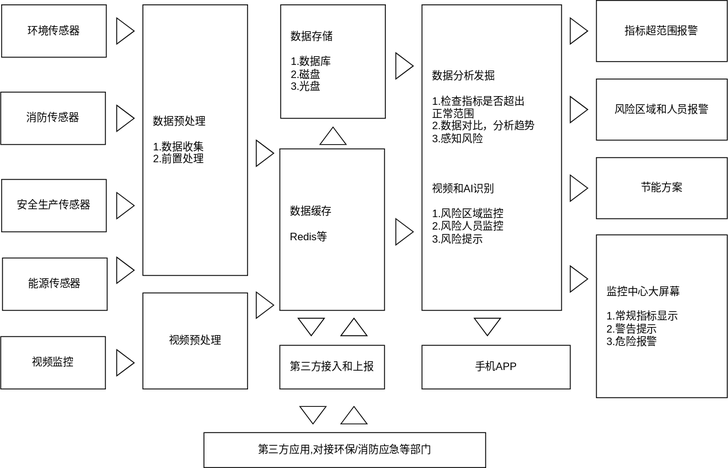
The draw.io diagram b.svg in newproplus/ancheGT, before a commit. Source tidied: cells renumbered, new cells last; positions are measured from the earlier drawing's top-left corner, leaving out a move shared by most shapes.
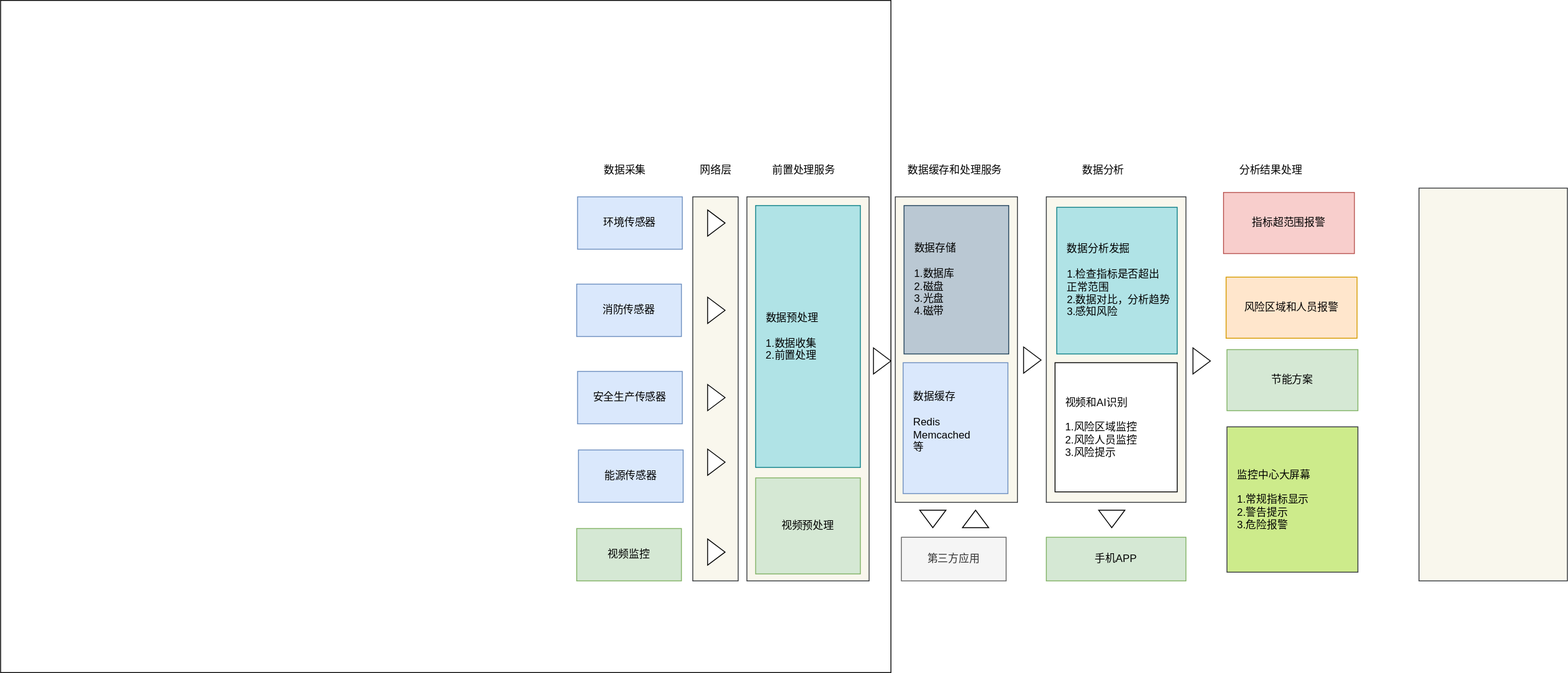
After the change.

Change to the diagram source:
```diff
@@ -2,113 +2,125 @@
   <root>
     <mxCell id="0" />
     <mxCell id="1" parent="0" />
+    <mxCell id="38" style="rounded=0;whiteSpace=wrap;html=1;" parent="1" vertex="1">
+      <mxGeometry x="-702" y="-220" width="1020" height="770" as="geometry" />
+    </mxCell>
+    <mxCell id="39" style="rounded=0;whiteSpace=wrap;html=1;fillColor=#f9f7ed;strokeColor=#36393d;" parent="1" vertex="1">
+      <mxGeometry x="923" y="-5" width="170" height="450" as="geometry" />
+    </mxCell>
+    <mxCell id="40" style="rounded=0;whiteSpace=wrap;html=1;fillColor=#f9f7ed;strokeColor=#36393d;" parent="1" vertex="1">
+      <mxGeometry x="153" y="5" width="140" height="440" as="geometry" />
+    </mxCell>
+    <mxCell id="41" style="rounded=0;whiteSpace=wrap;html=1;fillColor=#f9f7ed;strokeColor=#36393d;" parent="1" vertex="1">
+      <mxGeometry x="91" y="5" width="52" height="440" as="geometry" />
+    </mxCell>
+    <mxCell id="42" style="rounded=0;whiteSpace=wrap;html=1;fillColor=#f9f7ed;strokeColor=#36393d;" parent="1" vertex="1">
+      <mxGeometry x="323" y="5" width="140" height="350" as="geometry" />
+    </mxCell>
-    <mxCell id="2" value="环境传感器" style="rounded=0;whiteSpace=wrap;html=1;" parent="1" vertex="1">
-      <mxGeometry x="1" y="5" width="120" height="60" as="geometry" />
+    <mxCell id="2" value="环境传感器" style="rounded=0;whiteSpace=wrap;html=1;fillColor=#dae8fc;strokeColor=#6c8ebf;" parent="1" vertex="1">
+      <mxGeometry x="-41" y="5" width="120" height="60" as="geometry" />
     </mxCell>
-    <mxCell id="3" value="消防传感器" style="rounded=0;whiteSpace=wrap;html=1;" parent="1" vertex="1">
-      <mxGeometry y="105" width="120" height="60" as="geometry" />
+    <mxCell id="3" value="消防传感器" style="rounded=0;whiteSpace=wrap;html=1;fillColor=#dae8fc;strokeColor=#6c8ebf;" parent="1" vertex="1">
+      <mxGeometry x="-42" y="105" width="120" height="60" as="geometry" />
     </mxCell>
-    <mxCell id="4" value="安全生产传感器" style="rounded=0;whiteSpace=wrap;html=1;" parent="1" vertex="1">
-      <mxGeometry x="1" y="205" width="120" height="60" as="geometry" />
+    <mxCell id="4" value="安全生产传感器" style="rounded=0;whiteSpace=wrap;html=1;fillColor=#dae8fc;strokeColor=#6c8ebf;" parent="1" vertex="1">
+      <mxGeometry x="-41" y="205" width="120" height="60" as="geometry" />
     </mxCell>
-    <mxCell id="5" value="能源传感器" style="rounded=0;whiteSpace=wrap;html=1;" parent="1" vertex="1">
-      <mxGeometry x="2" y="295" width="120" height="60" as="geometry" />
+    <mxCell id="5" value="能源传感器" style="rounded=0;whiteSpace=wrap;html=1;fillColor=#dae8fc;strokeColor=#6c8ebf;" parent="1" vertex="1">
+      <mxGeometry x="-40" y="295" width="120" height="60" as="geometry" />
     </mxCell>
-    <mxCell id="6" value="视频监控" style="rounded=0;whiteSpace=wrap;html=1;" parent="1" vertex="1">
-      <mxGeometry y="385" width="120" height="60" as="geometry" />
+    <mxCell id="6" value="视频监控" style="rounded=0;whiteSpace=wrap;html=1;fillColor=#d5e8d4;strokeColor=#82b366;" parent="1" vertex="1">
+      <mxGeometry x="-42" y="385" width="120" height="60" as="geometry" />
     </mxCell>
-    <mxCell id="7" value="&lt;div&gt;数据预处理&lt;br&gt;&lt;/div&gt;&lt;div&gt;&lt;br&gt;&lt;/div&gt;&lt;div&gt;1.数据收集&lt;/div&gt;&lt;div&gt;2.前置处理&lt;br&gt;&lt;/div&gt;" style="rounded=0;whiteSpace=wrap;html=1;align=left;spacingLeft=10;" parent="1" vertex="1">
-      <mxGeometry x="163" y="5" width="120" height="310" as="geometry" />
+    <mxCell id="7" value="&lt;div&gt;数据预处理&lt;br&gt;&lt;/div&gt;&lt;div&gt;&lt;br&gt;&lt;/div&gt;&lt;div&gt;1.数据收集&lt;/div&gt;&lt;div&gt;2.前置处理&lt;br&gt;&lt;/div&gt;" style="rounded=0;whiteSpace=wrap;html=1;align=left;spacingLeft=10;fillColor=#b0e3e6;strokeColor=#0e8088;" parent="1" vertex="1">
+      <mxGeometry x="163" y="15" width="120" height="300" as="geometry" />
     </mxCell>
-    <mxCell id="8" value="视频预处理" style="rounded=0;whiteSpace=wrap;html=1;" parent="1" vertex="1">
-      <mxGeometry x="163" y="335" width="120" height="110" as="geometry" />
+    <mxCell id="8" value="视频预处理" style="rounded=0;whiteSpace=wrap;html=1;fillColor=#d5e8d4;strokeColor=#82b366;" parent="1" vertex="1">
+      <mxGeometry x="163" y="327" width="120" height="110" as="geometry" />
     </mxCell>
-    <mxCell id="9" value="&lt;div&gt;数据存储&lt;/div&gt;&lt;div&gt;&lt;br&gt;&lt;/div&gt;&lt;div&gt;1.数据库&lt;/div&gt;&lt;div&gt;2.磁盘&lt;/div&gt;&lt;div&gt;3.光盘&lt;br&gt;&lt;/div&gt;" style="rounded=0;whiteSpace=wrap;html=1;align=left;spacingLeft=10;" parent="1" vertex="1">
-      <mxGeometry x="321" y="5" width="120" height="130" as="geometry" />
+    <mxCell id="9" value="&lt;div&gt;数据存储&lt;/div&gt;&lt;div&gt;&lt;br&gt;&lt;/div&gt;&lt;div&gt;1.数据库&lt;/div&gt;&lt;div&gt;2.磁盘&lt;/div&gt;&lt;div&gt;3.光盘&lt;/div&gt;&lt;div&gt;4.磁带&lt;br&gt;&lt;/div&gt;" style="rounded=0;whiteSpace=wrap;html=1;align=left;spacingLeft=10;fillColor=#bac8d3;strokeColor=#23445d;" parent="1" vertex="1">
+      <mxGeometry x="333" y="15" width="120" height="170" as="geometry" />
     </mxCell>
-    <mxCell id="10" value="&lt;div&gt;数据分析发掘&lt;/div&gt;&lt;div&gt;&lt;br&gt;&lt;/div&gt;&lt;div&gt;1.检查指标是否超出&lt;/div&gt;&lt;div&gt;正常范围&lt;/div&gt;&lt;div&gt;2.数据对比，分析趋势&lt;/div&gt;&lt;div&gt;3.感知风险&lt;/div&gt;&lt;div&gt;&lt;br&gt;&lt;/div&gt;&lt;div&gt;&lt;br&gt;&lt;/div&gt;&lt;div&gt;&lt;br&gt;&lt;/div&gt;&lt;div&gt;视频和AI识别&lt;/div&gt;&lt;div&gt;&lt;br&gt;&lt;/div&gt;&lt;div&gt;1.风险区域监控&lt;/div&gt;&lt;div&gt;2.风险人员监控&lt;/div&gt;&lt;div&gt;3.风险提示&lt;br&gt;&lt;/div&gt;" style="rounded=0;whiteSpace=wrap;html=1;align=left;spacingLeft=10;" parent="1" vertex="1">
-      <mxGeometry x="483" y="5" width="160" height="350" as="geometry" />
+    <mxCell id="10" style="rounded=0;whiteSpace=wrap;html=1;align=left;spacingLeft=10;fillColor=#f9f7ed;strokeColor=#36393d;" parent="1" vertex="1">
+      <mxGeometry x="496" y="5" width="160" height="350" as="geometry" />
     </mxCell>
-    <mxCell id="11" value="&lt;div&gt;数据缓存&lt;/div&gt;&lt;div&gt;&lt;br&gt;&lt;/div&gt;&lt;div&gt;Redis等&lt;/div&gt;&lt;div&gt;&lt;br&gt;&lt;/div&gt;" style="rounded=0;whiteSpace=wrap;html=1;align=left;spacingLeft=10;" parent="1" vertex="1">
-      <mxGeometry x="320" y="170" width="120" height="185" as="geometry" />
+    <mxCell id="11" value="&lt;div&gt;数据缓存&lt;/div&gt;&lt;div&gt;&lt;br&gt;&lt;/div&gt;&lt;div&gt;Redis&lt;/div&gt;&lt;div&gt;Memcached&lt;/div&gt;&lt;div&gt;等&lt;/div&gt;&lt;div&gt;&lt;br&gt;&lt;/div&gt;" style="rounded=0;whiteSpace=wrap;html=1;align=left;spacingLeft=10;fillColor=#dae8fc;strokeColor=#6c8ebf;" parent="1" vertex="1">
+      <mxGeometry x="332" y="195" width="120" height="150" as="geometry" />
     </mxCell>
-    <mxCell id="12" value="指标超范围报警" style="rounded=0;whiteSpace=wrap;html=1;" parent="1" vertex="1">
-      <mxGeometry x="683" width="150" height="70" as="geometry" />
+    <mxCell id="12" value="指标超范围报警" style="rounded=0;whiteSpace=wrap;html=1;fillColor=#f8cecc;strokeColor=#b85450;" parent="1" vertex="1">
+      <mxGeometry x="699" width="150" height="70" as="geometry" />
     </mxCell>
-    <mxCell id="13" value="第三方接入和上报" style="rounded=0;whiteSpace=wrap;html=1;" parent="1" vertex="1">
-      <mxGeometry x="320" y="395" width="120" height="50" as="geometry" />
+    <mxCell id="13" value="第三方应用" style="rounded=0;whiteSpace=wrap;html=1;fillColor=#f5f5f5;fontColor=#333333;strokeColor=#666666;" parent="1" vertex="1">
+      <mxGeometry x="330" y="395" width="120" height="50" as="geometry" />
     </mxCell>
     <mxCell id="14" style="triangle;whiteSpace=wrap;html=1;" parent="1" vertex="1">
-      <mxGeometry x="133" y="20" width="20" height="30" as="geometry" />
+      <mxGeometry x="108" y="20" width="20" height="30" as="geometry" />
     </mxCell>
     <mxCell id="15" style="triangle;whiteSpace=wrap;html=1;" parent="1" vertex="1">
-      <mxGeometry x="133" y="120" width="20" height="30" as="geometry" />
+      <mxGeometry x="108" y="120" width="20" height="30" as="geometry" />
     </mxCell>
     <mxCell id="16" style="triangle;whiteSpace=wrap;html=1;" parent="1" vertex="1">
-      <mxGeometry x="133" y="220" width="20" height="30" as="geometry" />
+      <mxGeometry x="108" y="220" width="20" height="30" as="geometry" />
     </mxCell>
     <mxCell id="17" style="triangle;whiteSpace=wrap;html=1;" parent="1" vertex="1">
-      <mxGeometry x="133" y="294" width="20" height="30" as="geometry" />
+      <mxGeometry x="108" y="294" width="20" height="30" as="geometry" />
     </mxCell>
     <mxCell id="18" style="triangle;whiteSpace=wrap;html=1;" parent="1" vertex="1">
-      <mxGeometry x="133" y="400" width="20" height="30" as="geometry" />
+      <mxGeometry x="108" y="397" width="20" height="30" as="geometry" />
     </mxCell>
     <mxCell id="19" style="triangle;whiteSpace=wrap;html=1;" parent="1" vertex="1">
-      <mxGeometry x="293" y="160" width="20" height="30" as="geometry" />
+      <mxGeometry x="298" y="178" width="20" height="30" as="geometry" />
     </mxCell>
-    <mxCell id="20" style="triangle;whiteSpace=wrap;html=1;" parent="1" vertex="1">
-      <mxGeometry x="453" y="250" width="20" height="30" as="geometry" />
-    </mxCell>
     <mxCell id="21" style="triangle;whiteSpace=wrap;html=1;direction=east;" parent="1" vertex="1">
-      <mxGeometry x="453" y="60" width="20" height="30" as="geometry" />
+      <mxGeometry x="470" y="177" width="20" height="30" as="geometry" />
     </mxCell>
     <mxCell id="22" style="triangle;whiteSpace=wrap;html=1;direction=south;" parent="1" vertex="1">
-      <mxGeometry x="341" y="364" width="30" height="20" as="geometry" />
+      <mxGeometry x="351" y="364" width="30" height="20" as="geometry" />
     </mxCell>
     <mxCell id="23" style="triangle;whiteSpace=wrap;html=1;direction=north;" parent="1" vertex="1">
-      <mxGeometry x="390" y="364" width="30" height="20" as="geometry" />
+      <mxGeometry x="400" y="364" width="30" height="20" as="geometry" />
     </mxCell>
-    <mxCell id="24" style="triangle;whiteSpace=wrap;html=1;direction=north;" parent="1" vertex="1">
-      <mxGeometry x="366" y="145" width="30" height="20" as="geometry" />
-    </mxCell>
-    <mxCell id="25" style="triangle;whiteSpace=wrap;html=1;direction=north;" parent="1" vertex="1">
-      <mxGeometry x="390" y="465" width="30" height="20" as="geometry" />
-    </mxCell>
-    <mxCell id="26" style="triangle;whiteSpace=wrap;html=1;direction=south;" parent="1" vertex="1">
-      <mxGeometry x="343" y="465" width="30" height="20" as="geometry" />
-    </mxCell>
-    <mxCell id="27" value="第三方应用,对接环保/消防应急等部门" style="rounded=0;whiteSpace=wrap;html=1;" parent="1" vertex="1">
-      <mxGeometry x="233" y="495" width="323" height="40" as="geometry" />
-    </mxCell>
-    <mxCell id="28" style="triangle;whiteSpace=wrap;html=1;" parent="1" vertex="1">
-      <mxGeometry x="293" y="334" width="20" height="30" as="geometry" />
-    </mxCell>
-    <mxCell id="29" style="triangle;whiteSpace=wrap;html=1;direction=east;" parent="1" vertex="1">
-      <mxGeometry x="653" y="20" width="20" height="30" as="geometry" />
-    </mxCell>
-    <mxCell id="30" value="风险区域和人员报警" style="rounded=0;whiteSpace=wrap;html=1;" parent="1" vertex="1">
-      <mxGeometry x="683" y="90" width="150" height="70" as="geometry" />
+    <mxCell id="30" value="风险区域和人员报警" style="rounded=0;whiteSpace=wrap;html=1;fillColor=#ffe6cc;strokeColor=#d79b00;" parent="1" vertex="1">
+      <mxGeometry x="702" y="97" width="150" height="70" as="geometry" />
     </mxCell>
-    <mxCell id="31" style="triangle;whiteSpace=wrap;html=1;direction=east;" parent="1" vertex="1">
-      <mxGeometry x="653" y="110" width="20" height="30" as="geometry" />
-    </mxCell>
-    <mxCell id="32" value="节能方案" style="rounded=0;whiteSpace=wrap;html=1;" parent="1" vertex="1">
-      <mxGeometry x="683" y="180" width="150" height="70" as="geometry" />
+    <mxCell id="32" value="节能方案" style="rounded=0;whiteSpace=wrap;html=1;fillColor=#d5e8d4;strokeColor=#82b366;" parent="1" vertex="1">
+      <mxGeometry x="703" y="180" width="150" height="70" as="geometry" />
     </mxCell>
     <mxCell id="33" style="triangle;whiteSpace=wrap;html=1;direction=east;" parent="1" vertex="1">
-      <mxGeometry x="653" y="200" width="20" height="30" as="geometry" />
+      <mxGeometry x="664" y="178" width="20" height="30" as="geometry" />
     </mxCell>
-    <mxCell id="34" style="triangle;whiteSpace=wrap;html=1;direction=east;" parent="1" vertex="1">
-      <mxGeometry x="653" y="304" width="20" height="30" as="geometry" />
-    </mxCell>
-    <mxCell id="35" value="&lt;div&gt;监控中心大屏幕&lt;/div&gt;&lt;div&gt;&lt;br&gt;&lt;/div&gt;&lt;div&gt;1.常规指标显示&lt;/div&gt;&lt;div&gt;2.警告提示&lt;/div&gt;&lt;div&gt;3.危险报警&lt;br&gt;&lt;/div&gt;" style="rounded=0;whiteSpace=wrap;html=1;align=left;spacingLeft=10;" parent="1" vertex="1">
-      <mxGeometry x="683" y="268.5" width="150" height="186.5" as="geometry" />
+    <mxCell id="35" value="&lt;div&gt;监控中心大屏幕&lt;/div&gt;&lt;div&gt;&lt;br&gt;&lt;/div&gt;&lt;div&gt;1.常规指标显示&lt;/div&gt;&lt;div&gt;2.警告提示&lt;/div&gt;&lt;div&gt;3.危险报警&lt;br&gt;&lt;/div&gt;" style="rounded=0;whiteSpace=wrap;html=1;align=left;spacingLeft=10;fillColor=#cdeb8b;strokeColor=#36393d;" parent="1" vertex="1">
+      <mxGeometry x="703" y="268.5" width="150" height="166.5" as="geometry" />
     </mxCell>
     <mxCell id="36" style="triangle;whiteSpace=wrap;html=1;direction=south;" parent="1" vertex="1">
-      <mxGeometry x="543" y="364" width="30" height="20" as="geometry" />
+      <mxGeometry x="556" y="364" width="30" height="20" as="geometry" />
     </mxCell>
-    <mxCell id="37" value="手机APP" style="rounded=0;whiteSpace=wrap;html=1;" parent="1" vertex="1">
-      <mxGeometry x="483" y="395" width="170" height="50" as="geometry" />
+    <mxCell id="37" value="手机APP" style="rounded=0;whiteSpace=wrap;html=1;fillColor=#d5e8d4;strokeColor=#82b366;" parent="1" vertex="1">
+      <mxGeometry x="496" y="395" width="160" height="50" as="geometry" />
     </mxCell>
+    <mxCell id="43" value="网络层" style="text;html=1;align=center;verticalAlign=middle;fillColor=none;strokeColor=none;rounded=0;" parent="1" vertex="1">
+      <mxGeometry x="92" y="-35" width="50" height="20" as="geometry" />
+    </mxCell>
+    <mxCell id="44" value="前置处理服务" style="text;html=1;align=center;verticalAlign=middle;fillColor=none;strokeColor=none;rounded=0;" parent="1" vertex="1">
+      <mxGeometry x="173" y="-35" width="90" height="20" as="geometry" />
+    </mxCell>
+    <mxCell id="45" value="数据分析" style="text;html=1;align=center;verticalAlign=middle;fillColor=none;strokeColor=none;rounded=0;" parent="1" vertex="1">
+      <mxGeometry x="531" y="-35" width="60" height="20" as="geometry" />
+    </mxCell>
+    <mxCell id="46" value="数据缓存和处理服务" style="text;html=1;align=center;verticalAlign=middle;fillColor=none;strokeColor=none;rounded=0;" parent="1" vertex="1">
+      <mxGeometry x="331" y="-35" width="120" height="20" as="geometry" />
+    </mxCell>
+    <mxCell id="47" value="分析结果处理" style="text;html=1;align=center;verticalAlign=middle;fillColor=none;strokeColor=none;rounded=0;" parent="1" vertex="1">
+      <mxGeometry x="708" y="-35" width="90" height="20" as="geometry" />
+    </mxCell>
+    <mxCell id="48" value="&lt;div&gt;数据分析发掘&lt;/div&gt;&lt;div&gt;&lt;br&gt;&lt;/div&gt;&lt;div&gt;1.检查指标是否超出&lt;/div&gt;&lt;div&gt;正常范围&lt;/div&gt;&lt;div&gt;2.数据对比，分析趋势&lt;/div&gt;&lt;div&gt;3.感知风险&lt;/div&gt;" style="rounded=0;whiteSpace=wrap;html=1;align=left;spacingLeft=10;fillColor=#b0e3e6;strokeColor=#0e8088;" parent="1" vertex="1">
+      <mxGeometry x="508" y="17" width="138" height="168" as="geometry" />
+    </mxCell>
+    <mxCell id="49" value="视频和AI识别&lt;div&gt;&lt;br&gt;&lt;/div&gt;&lt;div&gt;1.风险区域监控&lt;/div&gt;&lt;div&gt;2.风险人员监控&lt;/div&gt;&lt;div&gt;3.风险提示&lt;br&gt;&lt;/div&gt;" style="rounded=0;whiteSpace=wrap;html=1;align=left;spacingLeft=10;" parent="1" vertex="1">
+      <mxGeometry x="506" y="195" width="140" height="148" as="geometry" />
+    </mxCell>
+    <mxCell id="50" value="数据采集" style="text;html=1;align=center;verticalAlign=middle;fillColor=none;strokeColor=none;rounded=0;" parent="1" vertex="1">
+      <mxGeometry x="-17" y="-35" width="60" height="20" as="geometry" />
+    </mxCell>
   </root>
 </mxGraphModel>
```
